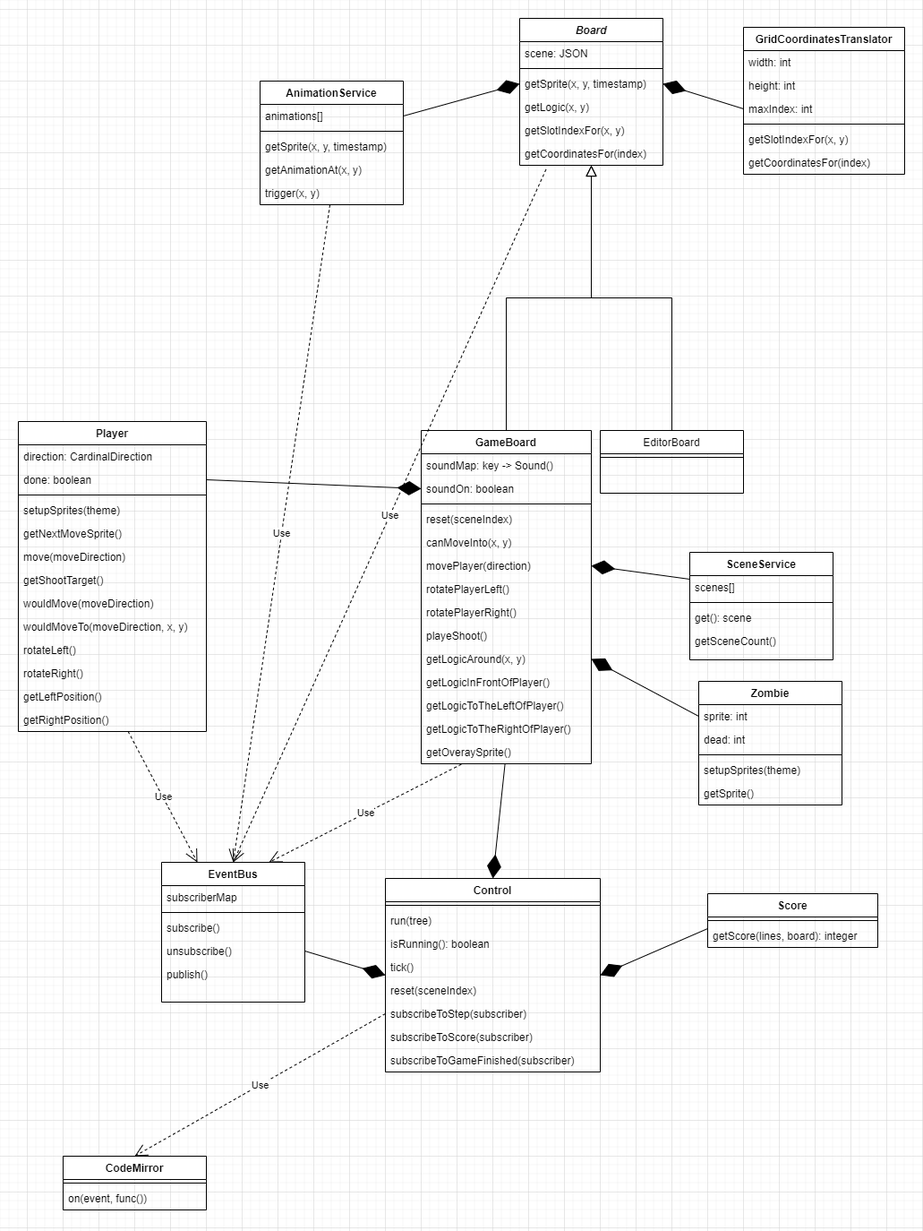
The draw.io diagram sidila-lang/doc/board.drawio.png in drkblog/drk-ar-site, before a commit. Source tidied: cells renumbered, new cells last; positions are measured from the earlier drawing's top-left corner, leaving out a move shared by most shapes.
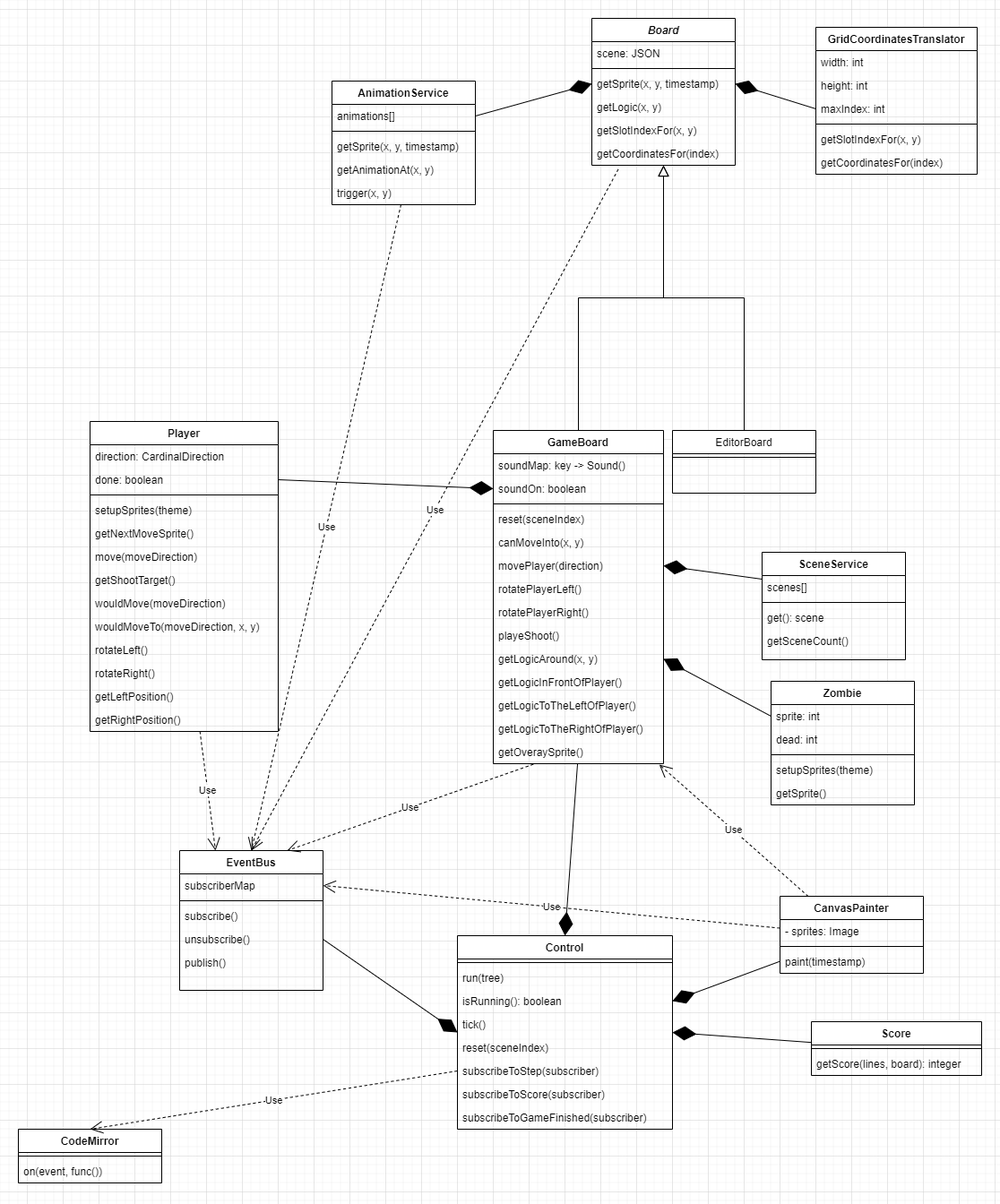
Later version of the same file.

Change to the diagram source:
```diff
@@ -81,7 +81,7 @@
       <mxGeometry relative="1" as="geometry" />
     </mxCell>
     <mxCell id="28" value="EventBus" style="swimlane;fontStyle=1;align=center;verticalAlign=top;horizontal=1;startSize=26;rounded=0;shadow=0;strokeWidth=1;" parent="1" vertex="1">
-      <mxGeometry x="160" y="942" width="160" height="156" as="geometry" />
+      <mxGeometry x="100" y="929" width="160" height="156" as="geometry" />
     </mxCell>
     <mxCell id="29" value="subscriberMap" style="text;align=left;verticalAlign=top;spacingLeft=4;spacingRight=4;overflow=hidden;points=[[0,0.5],[1,0.5]];portConstraint=eastwest;" parent="28" vertex="1">
       <mxGeometry y="26" width="160" height="26" as="geometry" />
@@ -240,7 +240,7 @@
       <mxGeometry relative="1" as="geometry" />
     </mxCell>
     <mxCell id="81" value="Control" style="swimlane;fontStyle=1;align=center;verticalAlign=top;horizontal=1;startSize=26;" parent="1" vertex="1">
-      <mxGeometry x="410" y="960" width="240" height="216" as="geometry" />
+      <mxGeometry x="410" y="1024" width="240" height="216" as="geometry" />
     </mxCell>
     <mxCell id="82" style="line;strokeWidth=1;fillColor=none;align=left;verticalAlign=middle;spacingTop=-1;spacingLeft=3;spacingRight=3;labelPosition=right;" parent="81" vertex="1">
       <mxGeometry y="26" width="240" height="8" as="geometry" />
@@ -267,7 +267,7 @@
       <mxGeometry y="190" width="240" height="26" as="geometry" />
     </mxCell>
     <mxCell id="90" value="Score" style="swimlane;fontStyle=1;align=center;verticalAlign=top;horizontal=1;startSize=26;" parent="1" vertex="1">
-      <mxGeometry x="770" y="977" width="190" height="60" as="geometry" />
+      <mxGeometry x="805" y="1120" width="190" height="60" as="geometry" />
     </mxCell>
     <mxCell id="91" style="line;strokeWidth=1;fillColor=none;align=left;verticalAlign=middle;spacingTop=-1;spacingLeft=3;spacingRight=3;labelPosition=right;" parent="90" vertex="1">
       <mxGeometry y="26" width="190" height="8" as="geometry" />
@@ -275,10 +275,8 @@
     <mxCell id="92" value="getScore(lines, board): integer&#10;" style="text;strokeColor=none;fillColor=none;align=left;verticalAlign=top;spacingLeft=4;spacingRight=4;overflow=hidden;" parent="90" vertex="1">
       <mxGeometry y="34" width="190" height="26" as="geometry" />
     </mxCell>
-    <mxCell id="93" style="endArrow=diamondThin;endFill=1;endSize=24;html=1;rounded=0;entryX=1;entryY=0.5;entryDx=0;entryDy=0;exitX=0;exitY=0.5;exitDx=0;exitDy=0;" parent="1" edge="1" target="81">
-      <mxGeometry relative="1" as="geometry">
-        <mxPoint x="770" y="1016" as="sourcePoint" />
-      </mxGeometry>
+    <mxCell id="93" style="endArrow=diamondThin;endFill=1;endSize=24;html=1;rounded=0;entryX=1;entryY=0.5;entryDx=0;entryDy=0;" parent="1" edge="1" source="90" target="81">
+      <mxGeometry relative="1" as="geometry" />
     </mxCell>
     <mxCell id="94" style="endArrow=diamondThin;endFill=1;endSize=24;html=1;rounded=0;entryX=0.5;entryY=0;entryDx=0;entryDy=0;" parent="1" edge="1" source="23" target="81">
       <mxGeometry relative="1" as="geometry" />
@@ -287,7 +285,7 @@
       <mxGeometry relative="1" as="geometry" />
     </mxCell>
     <mxCell id="96" value="CodeMirror" style="swimlane;fontStyle=1;align=center;verticalAlign=top;horizontal=1;startSize=26;" parent="1" vertex="1">
-      <mxGeometry x="50" y="1270" width="160" height="60" as="geometry" />
+      <mxGeometry x="-80" y="1240" width="160" height="60" as="geometry" />
     </mxCell>
     <mxCell id="97" style="line;strokeWidth=1;fillColor=none;align=left;verticalAlign=middle;spacingTop=-1;spacingLeft=3;spacingRight=3;labelPosition=right;" parent="96" vertex="1">
       <mxGeometry y="26" width="160" height="8" as="geometry" />
@@ -298,5 +296,26 @@
     <mxCell id="99" value="Use" style="endArrow=open;endSize=12;dashed=1;html=1;rounded=0;exitX=0;exitY=0.5;exitDx=0;exitDy=0;entryX=0.5;entryY=0;entryDx=0;entryDy=0;" parent="1" edge="1" source="87" target="96">
       <mxGeometry relative="1" as="geometry" />
     </mxCell>
+    <mxCell id="100" value="CanvasPainter" style="swimlane;fontStyle=1;align=center;verticalAlign=top;horizontal=1;startSize=26;" parent="1" vertex="1">
+      <mxGeometry x="770" y="980" width="160" height="86" as="geometry" />
+    </mxCell>
+    <mxCell id="101" value="- sprites: Image" style="text;strokeColor=none;fillColor=none;align=left;verticalAlign=top;spacingLeft=4;spacingRight=4;overflow=hidden;" parent="100" vertex="1">
+      <mxGeometry y="26" width="160" height="26" as="geometry" />
+    </mxCell>
+    <mxCell id="102" style="line;strokeWidth=1;fillColor=none;align=left;verticalAlign=middle;spacingTop=-1;spacingLeft=3;spacingRight=3;labelPosition=right;" parent="100" vertex="1">
+      <mxGeometry y="52" width="160" height="8" as="geometry" />
+    </mxCell>
+    <mxCell id="103" value="paint(timestamp)" style="text;strokeColor=none;fillColor=none;align=left;verticalAlign=top;spacingLeft=4;spacingRight=4;overflow=hidden;" parent="100" vertex="1">
+      <mxGeometry y="60" width="160" height="26" as="geometry" />
+    </mxCell>
+    <mxCell id="104" style="endArrow=diamondThin;endFill=1;endSize=24;html=1;rounded=0;entryX=1;entryY=0.5;entryDx=0;entryDy=0;" parent="1" edge="1" source="100" target="84">
+      <mxGeometry relative="1" as="geometry" />
+    </mxCell>
+    <mxCell id="105" value="Use" style="endArrow=open;endSize=12;dashed=1;html=1;rounded=0;entryX=1;entryY=0.5;entryDx=0;entryDy=0;" parent="1" edge="1" source="100" target="29">
+      <mxGeometry relative="1" as="geometry" />
+    </mxCell>
+    <mxCell id="106" value="Use" style="endArrow=open;endSize=12;dashed=1;html=1;rounded=0;entryX=0.975;entryY=1.038;entryDx=0;entryDy=0;entryPerimeter=0;" parent="1" edge="1" source="100" target="23">
+      <mxGeometry relative="1" as="geometry" />
+    </mxCell>
   </root>
 </mxGraphModel>
```
